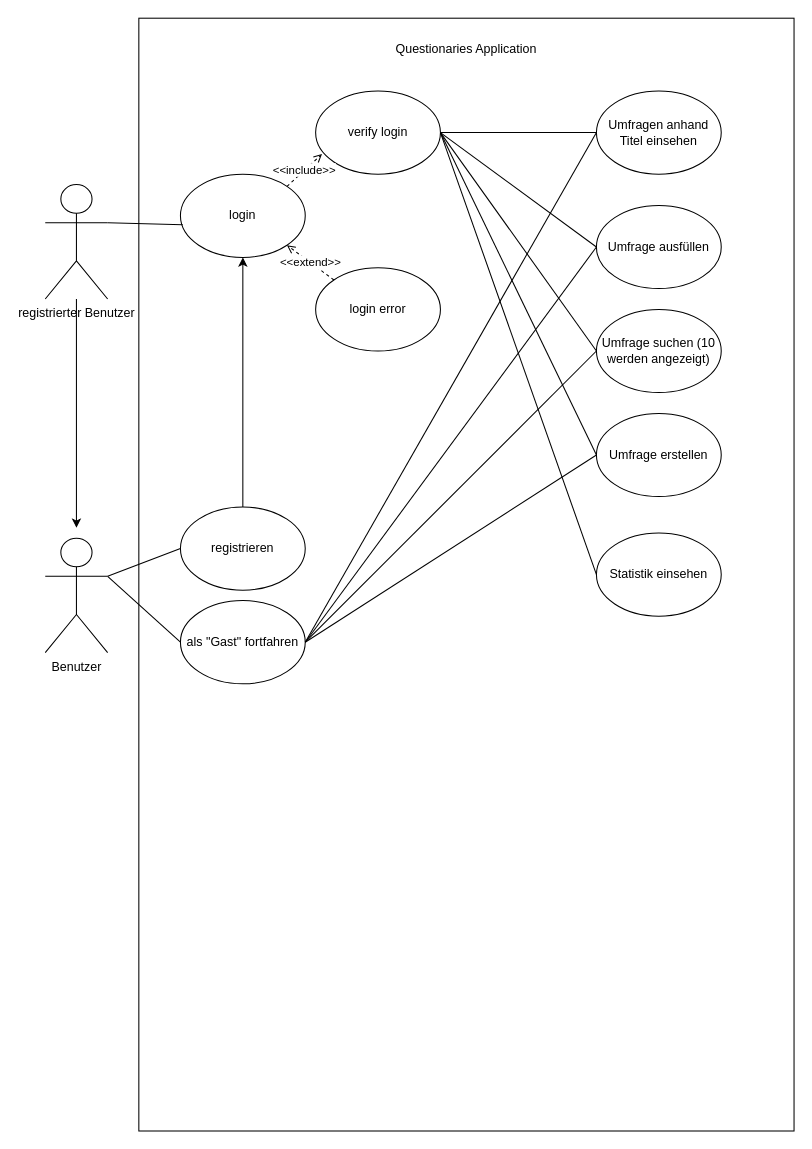
Above: UseCaseDiagram.drawio in Swampowl/SoftwareDesign (draw.io), before the change. Source tidied: cells renumbered, new cells numbered last; positions are measured from the earlier drawing's top-left corner, leaving out a move shared by most shapes. Both pictures are drawn from the tidied source at 104%, with x=0, y=0 at pixel (45, 18).
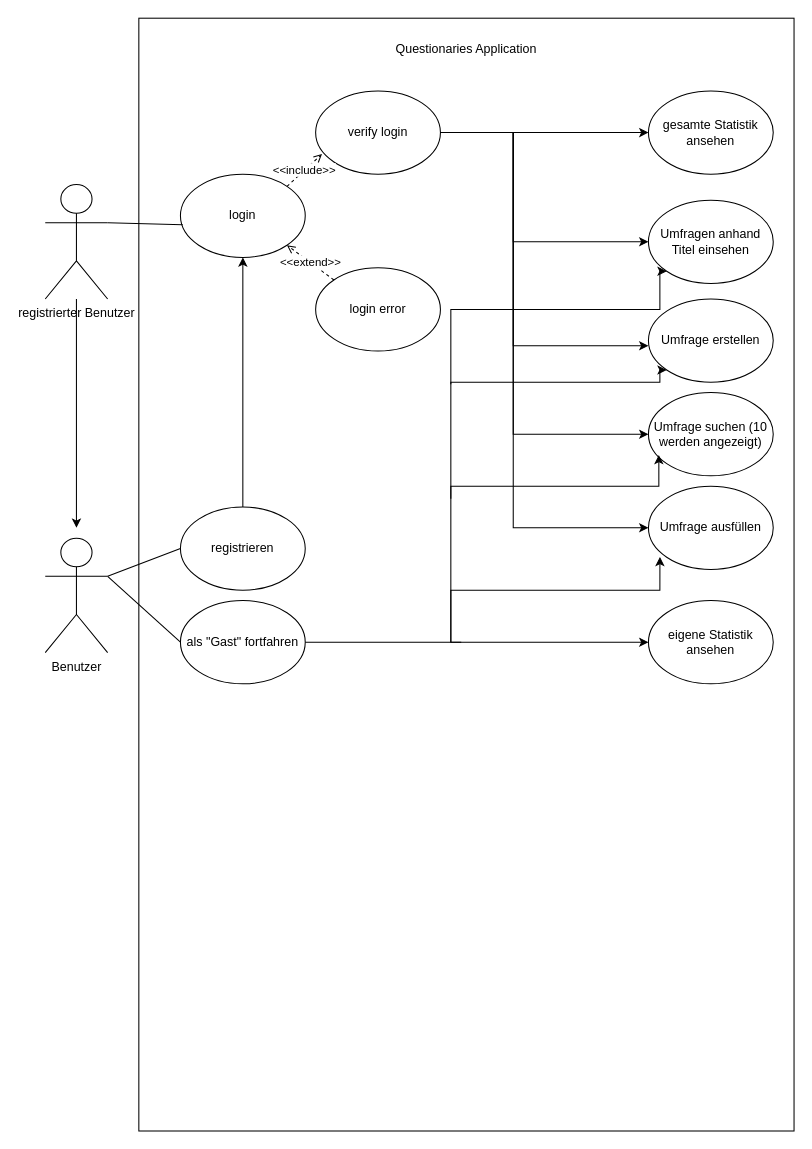
After the change.

The change refers to these unchanged cells:
```xml
<mxCell id="5" value="registrierter Benutzer" style="shape=umlActor;verticalLabelPosition=bottom;verticalAlign=top;html=1;outlineConnect=0;" parent="1" vertex="1">
  <mxGeometry y="160" width="60" height="110" as="geometry" />
</mxCell>
<mxCell id="9" value="als &quot;Gast&quot; fortfahren" style="ellipse;whiteSpace=wrap;html=1;" parent="1" vertex="1">
  <mxGeometry x="130" y="560" width="120" height="80" as="geometry" />
</mxCell>
<mxCell id="18" value="verify login" style="ellipse;whiteSpace=wrap;html=1;" parent="1" vertex="1">
  <mxGeometry x="260" y="70" width="120" height="80" as="geometry" />
</mxCell>
```

The edit, as a diff of the source:
```diff
@@
     <mxCell id="10" value="Umfragen anhand Titel einsehen" style="ellipse;whiteSpace=wrap;html=1;" parent="1" vertex="1">
-      <mxGeometry x="530" y="70" width="120" height="80" as="geometry" />
+      <mxGeometry x="580" y="175" width="120" height="80" as="geometry" />
     </mxCell>
@@
     <mxCell id="14" value="Umfrage suchen (10 werden angezeigt)" style="ellipse;whiteSpace=wrap;html=1;" parent="1" vertex="1">
-      <mxGeometry x="530" y="280" width="120" height="80" as="geometry" />
+      <mxGeometry x="580" y="360" width="120" height="80" as="geometry" />
     </mxCell>
     <mxCell id="15" value="Umfrage ausfüllen" style="ellipse;whiteSpace=wrap;html=1;" parent="1" vertex="1">
-      <mxGeometry x="530" y="180" width="120" height="80" as="geometry" />
+      <mxGeometry x="580" y="450" width="120" height="80" as="geometry" />
     </mxCell>
     <mxCell id="16" value="Umfrage erstellen" style="ellipse;whiteSpace=wrap;html=1;" parent="1" vertex="1">
-      <mxGeometry x="530" y="380" width="120" height="80" as="geometry" />
+      <mxGeometry x="580" y="270" width="120" height="80" as="geometry" />
     </mxCell>
-    <mxCell id="17" value="Statistik einsehen" style="ellipse;whiteSpace=wrap;html=1;" parent="1" vertex="1">
-      <mxGeometry x="530" y="495" width="120" height="80" as="geometry" />
+    <mxCell id="17" value="gesamte Statistik ansehen" style="ellipse;whiteSpace=wrap;html=1;" parent="1" vertex="1">
+      <mxGeometry x="580" y="70" width="120" height="80" as="geometry" />
     </mxCell>
@@
+    <mxCell id="31" style="endArrow=classic;html=1;strokeColor=#000000;" parent="1" edge="1" source="5">
+      <mxGeometry relative="1" as="geometry">
+        <mxPoint x="30" y="490" as="targetPoint" />
+      </mxGeometry>
+    </mxCell>
+    <mxCell id="32" value="eigene Statistik ansehen" style="ellipse;whiteSpace=wrap;html=1;" parent="1" vertex="1">
+      <mxGeometry x="580" y="560" width="120" height="80" as="geometry" />
+    </mxCell>
+    <mxCell id="26" style="edgeStyle=orthogonalEdgeStyle;rounded=0;jettySize=auto;html=1;exitX=1;exitY=0.5;exitDx=0;exitDy=0;entryX=0;entryY=0.5;entryDx=0;entryDy=0;" parent="1" edge="1" source="18" target="17">
+      <mxGeometry relative="1" as="geometry" />
+    </mxCell>
-    <mxCell id="22" style="endArrow=none;html=1;strokeColor=#000000;exitX=1;exitY=0.5;exitDx=0;exitDy=0;entryX=0;entryY=0.5;entryDx=0;entryDy=0;" parent="1" edge="1" source="18" target="10">
-      <mxGeometry relative="1" as="geometry" />
+    <mxCell id="22" style="edgeStyle=orthogonalEdgeStyle;rounded=0;jettySize=auto;html=1;exitX=1;exitY=0.5;exitDx=0;exitDy=0;entryX=0;entryY=0.5;entryDx=0;entryDy=0;" parent="1" edge="1" source="18" target="10">
+      <mxGeometry relative="1" as="geometry">
+        <Array as="points">
+          <mxPoint x="450" y="110" />
+          <mxPoint x="450" y="215" />
+        </Array>
+      </mxGeometry>
     </mxCell>
+    <mxCell id="24" style="edgeStyle=orthogonalEdgeStyle;rounded=0;jettySize=auto;html=1;exitX=1;exitY=0.5;exitDx=0;exitDy=0;entryX=0;entryY=0.5;entryDx=0;entryDy=0;" parent="1" edge="1" source="18" target="14">
+      <mxGeometry relative="1" as="geometry">
+        <Array as="points">
+          <mxPoint x="450" y="110" />
+          <mxPoint x="450" y="400" />
+        </Array>
+      </mxGeometry>
+    </mxCell>
+    <mxCell id="33" style="edgeStyle=orthogonalEdgeStyle;rounded=0;orthogonalLoop=1;jettySize=auto;html=1;entryX=0;entryY=0.5;entryDx=0;entryDy=0;" parent="1" edge="1">
+      <mxGeometry relative="1" as="geometry">
+        <mxPoint x="390" y="110" as="sourcePoint" />
+        <mxPoint x="580" y="315" as="targetPoint" />
+        <Array as="points">
+          <mxPoint x="380" y="110" />
+          <mxPoint x="450" y="110" />
+          <mxPoint x="450" y="315" />
+        </Array>
+      </mxGeometry>
+    </mxCell>
-    <mxCell id="23" style="endArrow=none;html=1;strokeColor=#000000;exitX=1;exitY=0.5;exitDx=0;exitDy=0;entryX=0;entryY=0.5;entryDx=0;entryDy=0;" parent="1" edge="1" source="18" target="15">
-      <mxGeometry relative="1" as="geometry" />
+    <mxCell id="23" style="edgeStyle=orthogonalEdgeStyle;rounded=0;jettySize=auto;html=1;exitX=1;exitY=0.5;exitDx=0;exitDy=0;entryX=0;entryY=0.5;entryDx=0;entryDy=0;" parent="1" edge="1" source="18" target="15">
+      <mxGeometry relative="1" as="geometry">
+        <Array as="points">
+          <mxPoint x="450" y="110" />
+          <mxPoint x="450" y="490" />
+          <mxPoint x="580" y="490" />
+        </Array>
+      </mxGeometry>
     </mxCell>
-    <mxCell id="24" style="endArrow=none;html=1;strokeColor=#000000;exitX=1;exitY=0.5;exitDx=0;exitDy=0;entryX=0;entryY=0.5;entryDx=0;entryDy=0;" parent="1" edge="1" source="18" target="14">
-      <mxGeometry relative="1" as="geometry" />
-    </mxCell>
-    <mxCell id="25" style="endArrow=none;html=1;strokeColor=#000000;exitX=1;exitY=0.5;exitDx=0;exitDy=0;entryX=0;entryY=0.5;entryDx=0;entryDy=0;" parent="1" edge="1" source="18" target="16">
-      <mxGeometry relative="1" as="geometry" />
-    </mxCell>
-    <mxCell id="26" style="endArrow=none;html=1;strokeColor=#000000;exitX=1;exitY=0.5;exitDx=0;exitDy=0;entryX=0;entryY=0.5;entryDx=0;entryDy=0;" parent="1" edge="1" source="18" target="17">
-      <mxGeometry relative="1" as="geometry" />
-    </mxCell>
-    <mxCell id="27" style="endArrow=none;html=1;strokeColor=#000000;exitX=0;exitY=0.5;exitDx=0;exitDy=0;entryX=1;entryY=0.5;entryDx=0;entryDy=0;" parent="1" edge="1" source="10" target="9">
-      <mxGeometry relative="1" as="geometry" />
-    </mxCell>
-    <mxCell id="28" style="endArrow=none;html=1;strokeColor=#000000;exitX=0;exitY=0.5;exitDx=0;exitDy=0;entryX=1;entryY=0.5;entryDx=0;entryDy=0;" parent="1" edge="1" source="15" target="9">
-      <mxGeometry relative="1" as="geometry" />
-    </mxCell>
-    <mxCell id="29" style="endArrow=none;html=1;strokeColor=#000000;exitX=0;exitY=0.5;exitDx=0;exitDy=0;entryX=1;entryY=0.5;entryDx=0;entryDy=0;" parent="1" edge="1" source="14" target="9">
-      <mxGeometry relative="1" as="geometry" />
-    </mxCell>
-    <mxCell id="30" style="endArrow=none;html=1;strokeColor=#000000;exitX=0;exitY=0.5;exitDx=0;exitDy=0;" parent="1" edge="1" source="16">
-      <mxGeometry relative="1" as="geometry">
-        <mxPoint x="250" y="600" as="targetPoint" />
-      </mxGeometry>
-    </mxCell>
-    <mxCell id="31" style="endArrow=classic;html=1;strokeColor=#000000;" parent="1" edge="1" source="5">
-      <mxGeometry relative="1" as="geometry">
-        <mxPoint x="30" y="490" as="targetPoint" />
-      </mxGeometry>
-    </mxCell>
+    <mxCell id="34" style="edgeStyle=orthogonalEdgeStyle;rounded=0;jettySize=auto;html=1;exitX=1;exitY=0.5;exitDx=0;exitDy=0;entryX=0;entryY=0.5;entryDx=0;entryDy=0;" parent="1" edge="1" source="9" target="32">
+      <mxGeometry relative="1" as="geometry">
+        <Array as="points">
+          <mxPoint x="300" y="600" />
+          <mxPoint x="300" y="600" />
+        </Array>
+      </mxGeometry>
+    </mxCell>
+    <mxCell id="35" style="edgeStyle=orthogonalEdgeStyle;rounded=0;jettySize=auto;html=1;entryX=0.092;entryY=0.85;entryDx=0;entryDy=0;entryPerimeter=0;" parent="1" edge="1" target="15">
+      <mxGeometry relative="1" as="geometry">
+        <mxPoint x="390" y="600" as="sourcePoint" />
+        <Array as="points">
+          <mxPoint x="390" y="550" />
+          <mxPoint x="591" y="550" />
+        </Array>
+      </mxGeometry>
+    </mxCell>
+    <mxCell id="36" style="edgeStyle=orthogonalEdgeStyle;rounded=0;orthogonalLoop=1;jettySize=auto;html=1;" parent="1" edge="1">
+      <mxGeometry relative="1" as="geometry">
+        <mxPoint x="400" y="600" as="sourcePoint" />
+        <mxPoint x="590" y="420" as="targetPoint" />
+        <Array as="points">
+          <mxPoint x="390" y="600" />
+          <mxPoint x="390" y="450" />
+          <mxPoint x="590" y="450" />
+          <mxPoint x="590" y="428" />
+        </Array>
+      </mxGeometry>
+    </mxCell>
+    <mxCell id="37" style="edgeStyle=orthogonalEdgeStyle;rounded=0;jettySize=auto;html=1;entryX=0;entryY=1;entryDx=0;entryDy=0;" parent="1" edge="1" target="16">
+      <mxGeometry relative="1" as="geometry">
+        <mxPoint x="390" y="462" as="sourcePoint" />
+        <Array as="points">
+          <mxPoint x="390" y="350" />
+          <mxPoint x="591" y="350" />
+          <mxPoint x="591" y="338" />
+        </Array>
+      </mxGeometry>
+    </mxCell>
+    <mxCell id="38" style="edgeStyle=orthogonalEdgeStyle;rounded=0;jettySize=auto;html=1;entryX=0;entryY=1;entryDx=0;entryDy=0;" parent="1" edge="1" target="10">
+      <mxGeometry relative="1" as="geometry">
+        <mxPoint x="390" y="352" as="sourcePoint" />
+        <Array as="points">
+          <mxPoint x="390" y="280" />
+          <mxPoint x="591" y="280" />
+          <mxPoint x="591" y="243" />
+        </Array>
+      </mxGeometry>
+    </mxCell>
```
